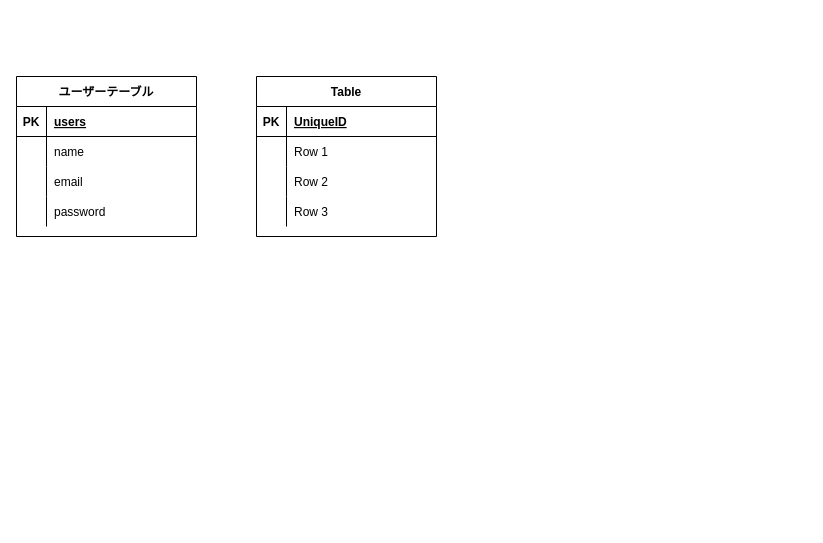
This is cleanliness_me.dio from tsunbow/cleanliness-me, a draw.io file, before an edit. Source tidied: cells renumbered, new cells numbered last; positions are measured from the earlier drawing's top-left corner, leaving out a move shared by most shapes. Both pictures are drawn from the tidied source at 100%, with x=0, y=0 at pixel (16, 76).
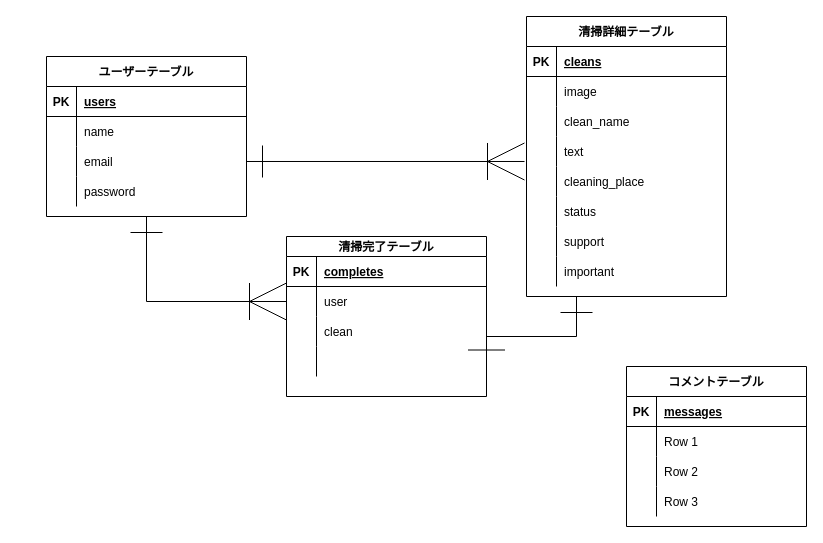
After the change.

Commit message (it also covers changes not shown here):
データベース設計

What changed in the source:
```diff
@@
+    <mxCell id="28" style="edgeStyle=orthogonalEdgeStyle;rounded=0;jettySize=auto;html=1;exitX=0.5;exitY=1;exitDx=0;exitDy=0;entryX=0;entryY=0.5;entryDx=0;entryDy=0;startArrow=ERone;startFill=0;startSize=30;endArrow=ERoneToMany;endFill=0;endSize=35;" parent="1" edge="1" source="2" target="59">
+      <mxGeometry relative="1" as="geometry" />
+    </mxCell>
     <mxCell id="2" value="ユーザーテーブル" style="shape=table;startSize=30;childLayout=tableLayout;rowLines=0;fontStyle=1;align=center;" parent="1" vertex="1">
-      <mxGeometry width="180" height="160" as="geometry" />
+      <mxGeometry x="30" y="-20" width="200" height="160" as="geometry" />
     </mxCell>
     <mxCell id="3" style="shape=partialRectangle;fillColor=none;top=0;left=0;bottom=1;right=0;" parent="2" vertex="1">
-      <mxGeometry y="30" width="180" height="30" as="geometry" />
+      <mxGeometry y="30" width="200" height="30" as="geometry" />
     </mxCell>
@@
     <mxCell id="5" value="users" style="shape=partialRectangle;fillColor=none;top=0;left=0;bottom=0;right=0;align=left;spacingLeft=6;fontStyle=5;overflow=hidden;" parent="3" vertex="1">
-      <mxGeometry x="30" width="150" height="30" as="geometry" />
+      <mxGeometry x="30" width="170" height="30" as="geometry" />
     </mxCell>
     <mxCell id="6" style="shape=partialRectangle;fillColor=none;top=0;left=0;bottom=0;right=0;" parent="2" vertex="1">
-      <mxGeometry y="60" width="180" height="30" as="geometry" />
+      <mxGeometry y="60" width="200" height="30" as="geometry" />
     </mxCell>
@@
     <mxCell id="8" value="name" style="shape=partialRectangle;fillColor=none;top=0;left=0;bottom=0;right=0;align=left;spacingLeft=6;overflow=hidden;" parent="6" vertex="1">
-      <mxGeometry x="30" width="150" height="30" as="geometry" />
+      <mxGeometry x="30" width="170" height="30" as="geometry" />
     </mxCell>
     <mxCell id="9" style="shape=partialRectangle;fillColor=none;top=0;left=0;bottom=0;right=0;points=[[0,0.5],[1,0.5]];portConstraint=eastwest;" parent="2" vertex="1">
-      <mxGeometry y="90" width="180" height="30" as="geometry" />
+      <mxGeometry y="90" width="200" height="30" as="geometry" />
     </mxCell>
@@
     <mxCell id="11" value="email" style="shape=partialRectangle;fillColor=none;top=0;left=0;bottom=0;right=0;align=left;spacingLeft=6;overflow=hidden;" parent="9" vertex="1">
-      <mxGeometry x="30" width="150" height="30" as="geometry" />
+      <mxGeometry x="30" width="170" height="30" as="geometry" />
     </mxCell>
     <mxCell id="12" style="shape=partialRectangle;fillColor=none;top=0;left=0;bottom=0;right=0;" parent="2" vertex="1">
-      <mxGeometry y="120" width="180" height="30" as="geometry" />
+      <mxGeometry y="120" width="200" height="30" as="geometry" />
     </mxCell>
@@
     <mxCell id="14" value="password" style="shape=partialRectangle;fillColor=none;top=0;left=0;bottom=0;right=0;align=left;spacingLeft=6;overflow=hidden;" parent="12" vertex="1">
-      <mxGeometry x="30" width="150" height="30" as="geometry" />
+      <mxGeometry x="30" width="170" height="30" as="geometry" />
     </mxCell>
+    <mxCell id="29" style="edgeStyle=orthogonalEdgeStyle;rounded=0;jettySize=auto;html=1;exitX=0.25;exitY=1;exitDx=0;exitDy=0;entryX=1;entryY=0.5;entryDx=0;entryDy=0;startArrow=ERone;startFill=0;startSize=30;endArrow=ERone;endFill=0;endSize=35;" parent="1" edge="1" source="15" target="62">
+      <mxGeometry relative="1" as="geometry" />
+    </mxCell>
-    <mxCell id="15" value="Table" style="shape=table;startSize=30;childLayout=tableLayout;rowLines=0;fontStyle=1;align=center;" parent="1" vertex="1">
-      <mxGeometry x="240" width="180" height="160" as="geometry" />
+    <mxCell id="15" value="清掃詳細テーブル" style="shape=table;startSize=30;childLayout=tableLayout;rowLines=0;fontStyle=1;align=center;" parent="1" vertex="1">
+      <mxGeometry x="510" y="-60" width="200" height="280" as="geometry" />
     </mxCell>
     <mxCell id="16" style="shape=partialRectangle;fillColor=none;top=0;left=0;bottom=1;right=0;" parent="15" vertex="1">
-      <mxGeometry y="30" width="180" height="30" as="geometry" />
+      <mxGeometry y="30" width="200" height="30" as="geometry" />
     </mxCell>
@@
-    <mxCell id="18" value="UniqueID" style="shape=partialRectangle;fillColor=none;top=0;left=0;bottom=0;right=0;align=left;spacingLeft=6;fontStyle=5;overflow=hidden;" parent="16" vertex="1">
-      <mxGeometry x="30" width="150" height="30" as="geometry" />
+    <mxCell id="18" value="cleans" style="shape=partialRectangle;fillColor=none;top=0;left=0;bottom=0;right=0;align=left;spacingLeft=6;fontStyle=5;overflow=hidden;" parent="16" vertex="1">
+      <mxGeometry x="30" width="170" height="30" as="geometry" />
     </mxCell>
     <mxCell id="19" style="shape=partialRectangle;fillColor=none;top=0;left=0;bottom=0;right=0;" parent="15" vertex="1">
-      <mxGeometry y="60" width="180" height="30" as="geometry" />
+      <mxGeometry y="60" width="200" height="30" as="geometry" />
     </mxCell>
@@
-    <mxCell id="21" value="Row 1" style="shape=partialRectangle;fillColor=none;top=0;left=0;bottom=0;right=0;align=left;spacingLeft=6;overflow=hidden;" parent="19" vertex="1">
-      <mxGeometry x="30" width="150" height="30" as="geometry" />
+    <mxCell id="21" value="image" style="shape=partialRectangle;fillColor=none;top=0;left=0;bottom=0;right=0;align=left;spacingLeft=6;overflow=hidden;" parent="19" vertex="1">
+      <mxGeometry x="30" width="170" height="30" as="geometry" />
     </mxCell>
     <mxCell id="22" style="shape=partialRectangle;fillColor=none;top=0;left=0;bottom=0;right=0;" parent="15" vertex="1">
-      <mxGeometry y="90" width="180" height="30" as="geometry" />
+      <mxGeometry y="90" width="200" height="30" as="geometry" />
     </mxCell>
@@
-    <mxCell id="24" value="Row 2" style="shape=partialRectangle;fillColor=none;top=0;left=0;bottom=0;right=0;align=left;spacingLeft=6;overflow=hidden;" parent="22" vertex="1">
-      <mxGeometry x="30" width="150" height="30" as="geometry" />
+    <mxCell id="24" value="clean_name" style="shape=partialRectangle;fillColor=none;top=0;left=0;bottom=0;right=0;align=left;spacingLeft=6;overflow=hidden;" parent="22" vertex="1">
+      <mxGeometry x="30" width="170" height="30" as="geometry" />
     </mxCell>
+    <mxCell id="30" style="shape=partialRectangle;fillColor=none;top=0;left=0;bottom=0;right=0;points=[[0,0.5],[1,0.5]];portConstraint=eastwest;" parent="15" vertex="1">
+      <mxGeometry y="120" width="200" height="30" as="geometry" />
+    </mxCell>
+    <mxCell id="31" style="shape=partialRectangle;fillColor=none;top=0;left=0;bottom=0;right=0;overflow=hidden;" parent="30" vertex="1">
+      <mxGeometry width="30" height="30" as="geometry" />
+    </mxCell>
+    <mxCell id="32" value="text" style="shape=partialRectangle;fillColor=none;top=0;left=0;bottom=0;right=0;align=left;spacingLeft=6;overflow=hidden;" parent="30" vertex="1">
+      <mxGeometry x="30" width="170" height="30" as="geometry" />
+    </mxCell>
+    <mxCell id="33" style="shape=partialRectangle;fillColor=none;top=0;left=0;bottom=0;right=0;" parent="15" vertex="1">
+      <mxGeometry y="150" width="200" height="30" as="geometry" />
+    </mxCell>
+    <mxCell id="34" style="shape=partialRectangle;fillColor=none;top=0;left=0;bottom=0;right=0;overflow=hidden;" parent="33" vertex="1">
+      <mxGeometry width="30" height="30" as="geometry" />
+    </mxCell>
+    <mxCell id="35" value="cleaning_place" style="shape=partialRectangle;fillColor=none;top=0;left=0;bottom=0;right=0;align=left;spacingLeft=6;overflow=hidden;" parent="33" vertex="1">
+      <mxGeometry x="30" width="170" height="30" as="geometry" />
+    </mxCell>
     <mxCell id="25" style="shape=partialRectangle;fillColor=none;top=0;left=0;bottom=0;right=0;" parent="15" vertex="1">
-      <mxGeometry y="120" width="180" height="30" as="geometry" />
+      <mxGeometry y="180" width="200" height="30" as="geometry" />
     </mxCell>
@@
-    <mxCell id="27" value="Row 3" style="shape=partialRectangle;fillColor=none;top=0;left=0;bottom=0;right=0;align=left;spacingLeft=6;overflow=hidden;" parent="25" vertex="1">
-      <mxGeometry x="30" width="150" height="30" as="geometry" />
+    <mxCell id="27" value="status" style="shape=partialRectangle;fillColor=none;top=0;left=0;bottom=0;right=0;align=left;spacingLeft=6;overflow=hidden;" parent="25" vertex="1">
+      <mxGeometry x="30" width="170" height="30" as="geometry" />
     </mxCell>
+    <mxCell id="36" style="shape=partialRectangle;fillColor=none;top=0;left=0;bottom=0;right=0;" parent="15" vertex="1">
+      <mxGeometry y="210" width="200" height="30" as="geometry" />
+    </mxCell>
+    <mxCell id="37" style="shape=partialRectangle;fillColor=none;top=0;left=0;bottom=0;right=0;overflow=hidden;" parent="36" vertex="1">
+      <mxGeometry width="30" height="30" as="geometry" />
+    </mxCell>
+    <mxCell id="38" value="support" style="shape=partialRectangle;fillColor=none;top=0;left=0;bottom=0;right=0;align=left;spacingLeft=6;overflow=hidden;" parent="36" vertex="1">
+      <mxGeometry x="30" width="170" height="30" as="geometry" />
+    </mxCell>
+    <mxCell id="39" style="shape=partialRectangle;fillColor=none;top=0;left=0;bottom=0;right=0;" parent="15" vertex="1">
+      <mxGeometry y="240" width="200" height="30" as="geometry" />
+    </mxCell>
+    <mxCell id="40" style="shape=partialRectangle;fillColor=none;top=0;left=0;bottom=0;right=0;overflow=hidden;" parent="39" vertex="1">
+      <mxGeometry width="30" height="30" as="geometry" />
+    </mxCell>
+    <mxCell id="41" value="important" style="shape=partialRectangle;fillColor=none;top=0;left=0;bottom=0;right=0;align=left;spacingLeft=6;overflow=hidden;" parent="39" vertex="1">
+      <mxGeometry x="30" width="170" height="30" as="geometry" />
+    </mxCell>
+    <mxCell id="42" value="コメントテーブル" style="shape=table;startSize=30;childLayout=tableLayout;rowLines=0;fontStyle=1;align=center;" parent="1" vertex="1">
+      <mxGeometry x="610" y="290" width="180" height="160" as="geometry" />
+    </mxCell>
+    <mxCell id="43" style="shape=partialRectangle;fillColor=none;top=0;left=0;bottom=1;right=0;" parent="42" vertex="1">
+      <mxGeometry y="30" width="180" height="30" as="geometry" />
+    </mxCell>
+    <mxCell id="44" value="PK" style="shape=partialRectangle;fillColor=none;top=0;left=0;bottom=0;right=0;fontStyle=1;overflow=hidden;" parent="43" vertex="1">
+      <mxGeometry width="30" height="30" as="geometry" />
+    </mxCell>
+    <mxCell id="45" value="messages" style="shape=partialRectangle;fillColor=none;top=0;left=0;bottom=0;right=0;align=left;spacingLeft=6;fontStyle=5;overflow=hidden;" parent="43" vertex="1">
+      <mxGeometry x="30" width="150" height="30" as="geometry" />
+    </mxCell>
+    <mxCell id="46" style="shape=partialRectangle;fillColor=none;top=0;left=0;bottom=0;right=0;" parent="42" vertex="1">
+      <mxGeometry y="60" width="180" height="30" as="geometry" />
+    </mxCell>
+    <mxCell id="47" style="shape=partialRectangle;fillColor=none;top=0;left=0;bottom=0;right=0;overflow=hidden;" parent="46" vertex="1">
+      <mxGeometry width="30" height="30" as="geometry" />
+    </mxCell>
+    <mxCell id="48" value="Row 1" style="shape=partialRectangle;fillColor=none;top=0;left=0;bottom=0;right=0;align=left;spacingLeft=6;overflow=hidden;" parent="46" vertex="1">
+      <mxGeometry x="30" width="150" height="30" as="geometry" />
+    </mxCell>
+    <mxCell id="49" style="shape=partialRectangle;fillColor=none;top=0;left=0;bottom=0;right=0;" parent="42" vertex="1">
+      <mxGeometry y="90" width="180" height="30" as="geometry" />
+    </mxCell>
+    <mxCell id="50" style="shape=partialRectangle;fillColor=none;top=0;left=0;bottom=0;right=0;overflow=hidden;" parent="49" vertex="1">
+      <mxGeometry width="30" height="30" as="geometry" />
+    </mxCell>
+    <mxCell id="51" value="Row 2" style="shape=partialRectangle;fillColor=none;top=0;left=0;bottom=0;right=0;align=left;spacingLeft=6;overflow=hidden;" parent="49" vertex="1">
+      <mxGeometry x="30" width="150" height="30" as="geometry" />
+    </mxCell>
+    <mxCell id="52" style="shape=partialRectangle;fillColor=none;top=0;left=0;bottom=0;right=0;" parent="42" vertex="1">
+      <mxGeometry y="120" width="180" height="30" as="geometry" />
+    </mxCell>
+    <mxCell id="53" style="shape=partialRectangle;fillColor=none;top=0;left=0;bottom=0;right=0;overflow=hidden;" parent="52" vertex="1">
+      <mxGeometry width="30" height="30" as="geometry" />
+    </mxCell>
+    <mxCell id="54" value="Row 3" style="shape=partialRectangle;fillColor=none;top=0;left=0;bottom=0;right=0;align=left;spacingLeft=6;overflow=hidden;" parent="52" vertex="1">
+      <mxGeometry x="30" width="150" height="30" as="geometry" />
+    </mxCell>
+    <mxCell id="55" value="清掃完了テーブル" style="shape=table;startSize=20;childLayout=tableLayout;rowLines=0;fontStyle=1;align=center;" parent="1" vertex="1">
+      <mxGeometry x="270" y="160" width="200" height="160" as="geometry" />
+    </mxCell>
+    <mxCell id="56" style="shape=partialRectangle;fillColor=none;top=0;left=0;bottom=1;right=0;" parent="55" vertex="1">
+      <mxGeometry y="20" width="200" height="30" as="geometry" />
+    </mxCell>
+    <mxCell id="57" value="PK" style="shape=partialRectangle;fillColor=none;top=0;left=0;bottom=0;right=0;fontStyle=1;overflow=hidden;" parent="56" vertex="1">
+      <mxGeometry width="30" height="30" as="geometry" />
+    </mxCell>
+    <mxCell id="58" value="completes" style="shape=partialRectangle;fillColor=none;top=0;left=0;bottom=0;right=0;align=left;spacingLeft=6;fontStyle=5;overflow=hidden;" parent="56" vertex="1">
+      <mxGeometry x="30" width="170" height="30" as="geometry" />
+    </mxCell>
+    <mxCell id="59" style="shape=partialRectangle;fillColor=none;top=0;left=0;bottom=0;right=0;points=[[0,0.5],[1,0.5]];portConstraint=eastwest;" parent="55" vertex="1">
+      <mxGeometry y="50" width="200" height="30" as="geometry" />
+    </mxCell>
+    <mxCell id="60" style="shape=partialRectangle;fillColor=none;top=0;left=0;bottom=0;right=0;overflow=hidden;" parent="59" vertex="1">
+      <mxGeometry width="30" height="30" as="geometry" />
+    </mxCell>
+    <mxCell id="61" value="user" style="shape=partialRectangle;fillColor=none;top=0;left=0;bottom=0;right=0;align=left;spacingLeft=6;overflow=hidden;" parent="59" vertex="1">
+      <mxGeometry x="30" width="170" height="30" as="geometry" />
+    </mxCell>
+    <mxCell id="62" style="shape=partialRectangle;fillColor=none;top=0;left=0;bottom=0;right=0;points=[[0,0.5],[1,0.5]];portConstraint=eastwest;" parent="55" vertex="1">
+      <mxGeometry y="80" width="200" height="30" as="geometry" />
+    </mxCell>
+    <mxCell id="63" style="shape=partialRectangle;fillColor=none;top=0;left=0;bottom=0;right=0;overflow=hidden;" parent="62" vertex="1">
+      <mxGeometry width="30" height="30" as="geometry" />
+    </mxCell>
+    <mxCell id="64" value="clean" style="shape=partialRectangle;fillColor=none;top=0;left=0;bottom=0;right=0;align=left;spacingLeft=6;overflow=hidden;" parent="62" vertex="1">
+      <mxGeometry x="30" width="170" height="30" as="geometry" />
+    </mxCell>
+    <mxCell id="65" style="shape=partialRectangle;fillColor=none;top=0;left=0;bottom=0;right=0;" parent="55" vertex="1">
+      <mxGeometry y="110" width="200" height="30" as="geometry" />
+    </mxCell>
+    <mxCell id="66" style="shape=partialRectangle;fillColor=none;top=0;left=0;bottom=0;right=0;overflow=hidden;" parent="65" vertex="1">
+      <mxGeometry width="30" height="30" as="geometry" />
+    </mxCell>
+    <mxCell id="67" style="shape=partialRectangle;fillColor=none;top=0;left=0;bottom=0;right=0;align=left;spacingLeft=6;overflow=hidden;" parent="65" vertex="1">
+      <mxGeometry x="30" width="170" height="30" as="geometry" />
+    </mxCell>
+    <mxCell id="68" style="edgeStyle=orthogonalEdgeStyle;rounded=0;jettySize=auto;html=1;exitX=1;exitY=0.5;exitDx=0;exitDy=0;entryX=-0.01;entryY=0.833;entryDx=0;entryDy=0;entryPerimeter=0;endArrow=ERoneToMany;endFill=0;endSize=35;startArrow=ERone;startFill=0;startSize=30;" parent="1" edge="1" source="9" target="30">
+      <mxGeometry relative="1" as="geometry" />
+    </mxCell>
```
